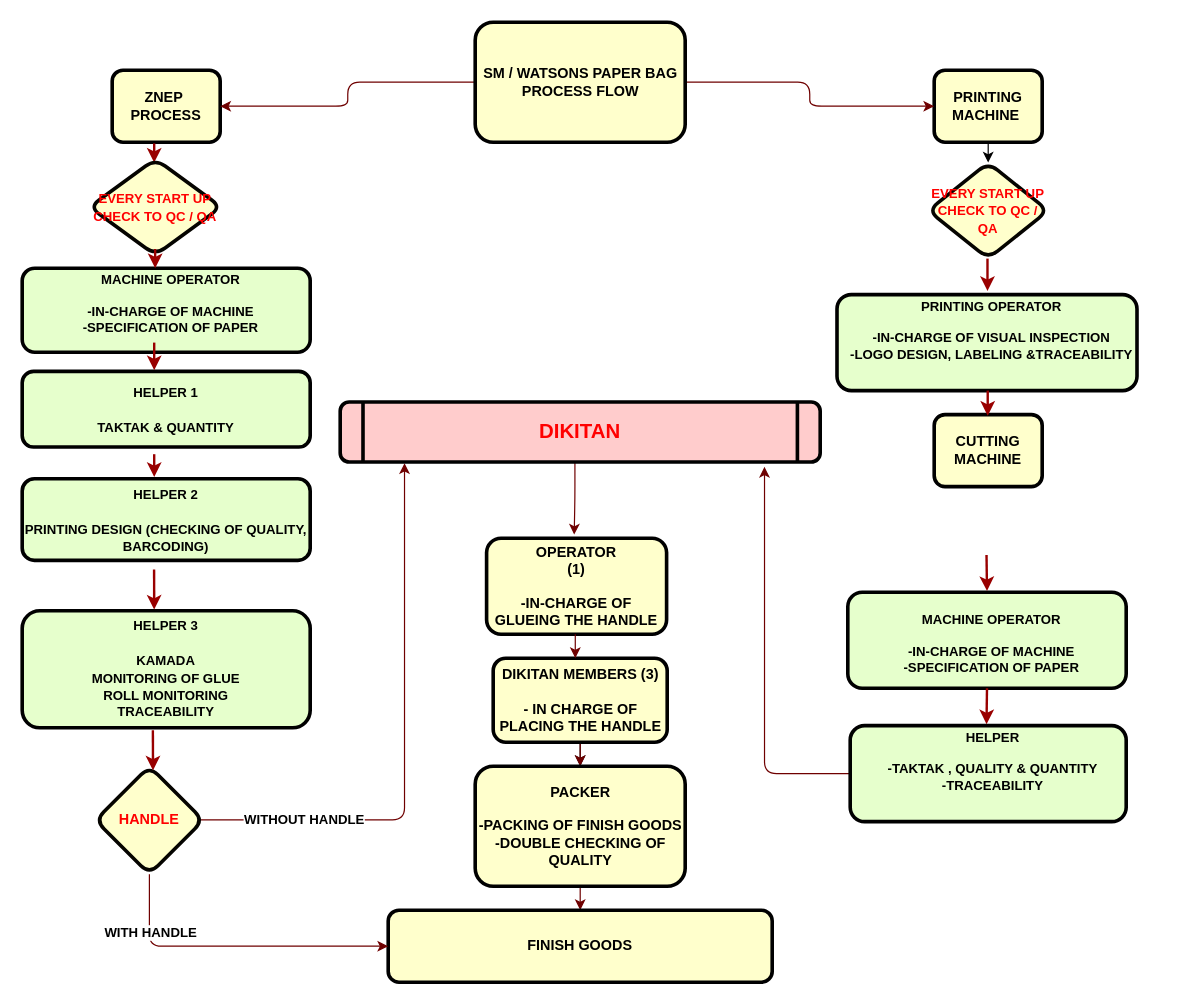
The draw.io diagram page "Page-1" (1 of 2) of flowchart dikitan.drawio in r-dapsycobbsylbnt-8700/goit-markup-hw-01, before the edit. Source tidied: cells renumbered, new cells numbered last; positions are measured from the earlier drawing's top-left corner, leaving out a move shared by most shapes. Both pictures are drawn from the tidied source at 120%, with x=0, y=0 at pixel (22, 22).
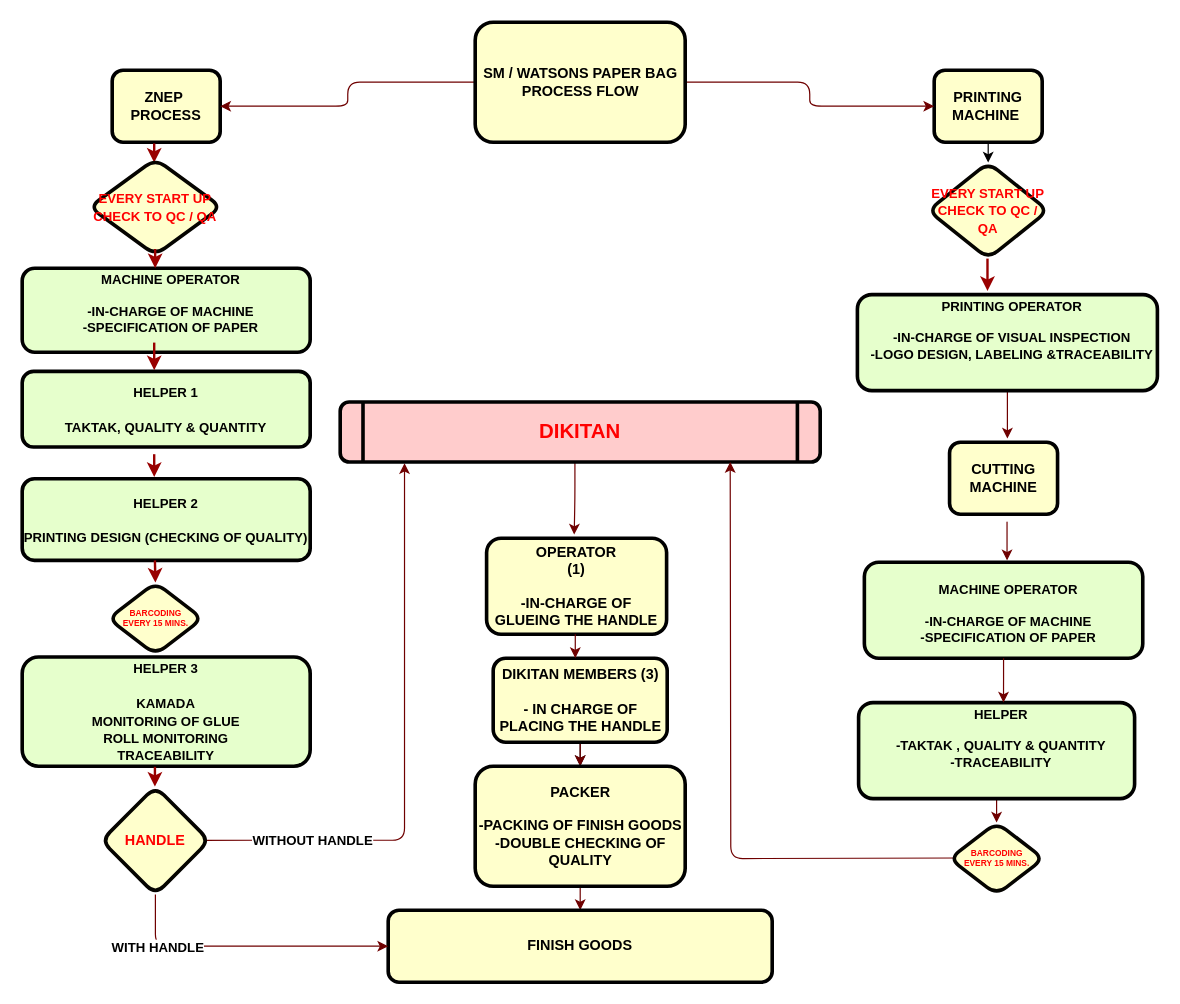
The same page after the edit.

The change refers to these unchanged cells:
```xml
<mxCell id="19" value="DIKITAN" style="shape=process;whiteSpace=wrap;align=center;verticalAlign=middle;size=0.0475;fontStyle=1;strokeWidth=3;fillColor=#FFCCCC;fontSize=17;rounded=1;fontColor=#FF0000;" parent="1" vertex="1">
  <mxGeometry x="265" y="316.5" width="400" height="50" as="geometry" />
</mxCell>
```

What changed in the source:
```diff
@@
     <mxCell id="4" value="CUTTING MACHINE" style="whiteSpace=wrap;align=center;verticalAlign=middle;fontStyle=1;strokeWidth=3;fillColor=#FFFFCC;rounded=1;" parent="1" vertex="1">
-      <mxGeometry x="760" y="327" width="90" height="60" as="geometry" />
+      <mxGeometry x="772.8" y="350" width="90" height="60" as="geometry" />
     </mxCell>
@@
-    <mxCell id="7" value="&lt;font style=&quot;font-size: 11px;&quot;&gt;HELPER 1&lt;br&gt;&lt;br&gt;TAKTAK &amp;amp; QUANTITY&lt;/font&gt;" style="whiteSpace=wrap;html=1;fillColor=#E6FFCC;rounded=1;fontStyle=1;strokeWidth=3;" parent="1" vertex="1">
+    <mxCell id="7" value="&lt;font style=&quot;font-size: 11px;&quot;&gt;HELPER 1&lt;br&gt;&lt;br&gt;TAKTAK, QUALITY &amp;amp; QUANTITY&lt;/font&gt;" style="whiteSpace=wrap;html=1;fillColor=#E6FFCC;rounded=1;fontStyle=1;strokeWidth=3;" parent="1" vertex="1">
       <mxGeometry y="291" width="240" height="63" as="geometry" />
     </mxCell>
-    <mxCell id="8" value="&lt;font style=&quot;font-size: 11px;&quot;&gt;HELPER 2&lt;br&gt;&lt;br&gt;PRINTING DESIGN (CHECKING OF QUALITY, BARCODING)&lt;/font&gt;" style="whiteSpace=wrap;html=1;fillColor=#E6FFCC;rounded=1;fontStyle=1;strokeWidth=3;" parent="1" vertex="1">
+    <mxCell id="8" value="&lt;font style=&quot;font-size: 11px;&quot;&gt;HELPER 2&lt;br&gt;&lt;br&gt;PRINTING DESIGN (CHECKING OF QUALITY)&lt;/font&gt;" style="whiteSpace=wrap;html=1;fillColor=#E6FFCC;rounded=1;fontStyle=1;strokeWidth=3;" parent="1" vertex="1">
       <mxGeometry y="380.5" width="240" height="68" as="geometry" />
     </mxCell>
@@
     <mxCell id="11" value="&lt;font style=&quot;font-size: 11px;&quot;&gt;HELPER 3&lt;br&gt;&lt;br&gt;KAMADA&lt;br&gt;MONITORING OF GLUE&lt;br&gt;ROLL MONITORING&lt;br&gt;TRACEABILITY&lt;br&gt;&lt;/font&gt;" style="whiteSpace=wrap;html=1;fillColor=#E6FFCC;rounded=1;fontStyle=1;strokeWidth=3;" parent="1" vertex="1">
-      <mxGeometry y="490.5" width="240" height="97.5" as="geometry" />
+      <mxGeometry y="529" width="240" height="91" as="geometry" />
     </mxCell>
@@
+    <mxCell id="45" style="edgeStyle=orthogonalEdgeStyle;rounded=1;jettySize=auto;html=1;fillColor=#a20025;strokeColor=#6F0000;" parent="1" edge="1" source="13">
+      <mxGeometry relative="1" as="geometry">
+        <mxPoint x="821" y="347" as="targetPoint" />
+      </mxGeometry>
+    </mxCell>
     <mxCell id="13" value="&lt;p style=&quot;margin: 0px; margin-top: 4px; text-align: center; text-decoration: underline;&quot;&gt;&lt;/p&gt;&lt;p style=&quot;margin: 0px 0px 0px 8px; font-size: 11px;&quot;&gt;&lt;span style=&quot;background-color: initial;&quot;&gt;PRINTING OPERATOR&lt;/span&gt;&lt;br&gt;&lt;/p&gt;&lt;p style=&quot;margin: 0px 0px 0px 8px; font-size: 11px;&quot;&gt;&lt;font style=&quot;font-size: 11px;&quot;&gt;&lt;br&gt;&lt;/font&gt;&lt;/p&gt;&lt;p style=&quot;margin: 0px 0px 0px 8px; font-size: 11px;&quot;&gt;&lt;font style=&quot;font-size: 11px;&quot;&gt;-IN-CHARGE OF VISUAL INSPECTION&lt;/font&gt;&lt;/p&gt;&lt;p style=&quot;margin: 0px 0px 0px 8px; font-size: 11px;&quot;&gt;&lt;font style=&quot;font-size: 11px;&quot;&gt;-LOGO DESIGN, LABELING &amp;amp;TRACEABILITY&lt;/font&gt;&lt;/p&gt;&lt;p style=&quot;margin: 0px 0px 0px 8px; font-size: 11px;&quot;&gt;&lt;font style=&quot;font-size: 11px;&quot;&gt;&lt;br&gt;&lt;/font&gt;&lt;/p&gt;" style="verticalAlign=middle;align=center;overflow=fill;fontSize=12;fontFamily=Helvetica;html=1;rounded=1;fontStyle=1;strokeWidth=3;fillColor=#E6FFCC;" parent="1" vertex="1">
-      <mxGeometry x="679" y="227" width="250" height="80" as="geometry" />
+      <mxGeometry x="696" y="227" width="250" height="80" as="geometry" />
     </mxCell>
     <mxCell id="14" value="&lt;p style=&quot;margin: 0px; margin-top: 4px; text-align: center; text-decoration: underline;&quot;&gt;&lt;/p&gt;&lt;p style=&quot;margin: 0px 0px 0px 8px; font-size: 11px;&quot;&gt;&lt;font style=&quot;font-size: 11px;&quot;&gt;&lt;br&gt;&lt;/font&gt;&lt;/p&gt;&lt;p style=&quot;margin: 0px 0px 0px 8px; font-size: 11px;&quot;&gt;&lt;font style=&quot;font-size: 11px;&quot;&gt;MACHINE OPERATOR&lt;/font&gt;&lt;/p&gt;&lt;p style=&quot;margin: 0px 0px 0px 8px; font-size: 11px;&quot;&gt;&lt;font style=&quot;font-size: 11px;&quot;&gt;&lt;br&gt;&lt;/font&gt;&lt;/p&gt;&lt;p style=&quot;margin: 0px 0px 0px 8px; font-size: 11px;&quot;&gt;&lt;font style=&quot;font-size: 11px;&quot;&gt;-IN-CHARGE OF MACHINE&lt;/font&gt;&lt;/p&gt;&lt;p style=&quot;margin: 0px 0px 0px 8px; font-size: 11px;&quot;&gt;&lt;font style=&quot;font-size: 11px;&quot;&gt;-SPECIFICATION OF PAPER&lt;/font&gt;&lt;/p&gt;&lt;p style=&quot;margin: 0px 0px 0px 8px; font-size: 11px;&quot;&gt;&lt;font style=&quot;font-size: 11px;&quot;&gt;&lt;br&gt;&lt;/font&gt;&lt;/p&gt;" style="verticalAlign=middle;align=center;overflow=fill;fontSize=12;fontFamily=Helvetica;html=1;rounded=1;fontStyle=1;strokeWidth=3;fillColor=#E6FFCC;" parent="1" vertex="1">
-      <mxGeometry x="688" y="475" width="232" height="80" as="geometry" />
+      <mxGeometry x="701.8" y="450" width="232" height="80" as="geometry" />
     </mxCell>
-    <mxCell id="15" style="edgeStyle=none;noEdgeStyle=1;strokeColor=#990000;strokeWidth=2;rounded=1;" parent="1" edge="1">
-      <mxGeometry relative="1" as="geometry">
-        <mxPoint x="803.6" y="444" as="sourcePoint" />
-        <mxPoint x="804" y="474" as="targetPoint" />
-      </mxGeometry>
-    </mxCell>
-    <mxCell id="16" style="edgeStyle=orthogonalEdgeStyle;rounded=1;jettySize=auto;html=1;fillColor=#a20025;strokeColor=#6F0000;exitX=0;exitY=0.5;exitDx=0;exitDy=0;entryX=0.884;entryY=1.08;entryDx=0;entryDy=0;entryPerimeter=0;" parent="1" edge="1" source="17" target="19">
-      <mxGeometry relative="1" as="geometry" />
-    </mxCell>
+    <mxCell id="46" style="edgeStyle=orthogonalEdgeStyle;rounded=1;jettySize=auto;html=1;fillColor=#a20025;strokeColor=#6F0000;" parent="1" edge="1" source="17">
+      <mxGeometry relative="1" as="geometry">
+        <mxPoint x="812" y="667" as="targetPoint" />
+      </mxGeometry>
+    </mxCell>
     <mxCell id="17" value="&lt;p style=&quot;margin: 0px; margin-top: 4px; text-align: center; text-decoration: underline;&quot;&gt;&lt;/p&gt;&lt;p style=&quot;margin: 0px 0px 0px 8px; font-size: 11px;&quot;&gt;HELPER&lt;/p&gt;&lt;p style=&quot;margin: 0px 0px 0px 8px; font-size: 11px;&quot;&gt;&lt;font style=&quot;font-size: 11px;&quot;&gt;&lt;br&gt;&lt;/font&gt;&lt;/p&gt;&lt;p style=&quot;margin: 0px 0px 0px 8px; font-size: 11px;&quot;&gt;-TAKTAK , QUALITY &amp;amp; QUANTITY&lt;/p&gt;&lt;p style=&quot;margin: 0px 0px 0px 8px; font-size: 11px;&quot;&gt;-TRACEABILITY&lt;/p&gt;" style="verticalAlign=middle;align=center;overflow=fill;fontSize=12;fontFamily=Helvetica;html=1;rounded=1;fontStyle=1;strokeWidth=3;fillColor=#E6FFCC;" parent="1" vertex="1">
-      <mxGeometry x="690" y="586.2" width="230" height="80" as="geometry" />
+      <mxGeometry x="697" y="567" width="230" height="80" as="geometry" />
     </mxCell>
@@
-    <mxCell id="20" style="edgeStyle=none;noEdgeStyle=1;strokeColor=#990000;strokeWidth=2;rounded=1;" parent="1" edge="1">
-      <mxGeometry relative="1" as="geometry">
-        <mxPoint x="804" y="555" as="sourcePoint" />
-        <mxPoint x="803.6" y="585" as="targetPoint" />
-      </mxGeometry>
-    </mxCell>
@@
     <mxCell id="24" style="edgeStyle=none;noEdgeStyle=1;strokeColor=#990000;strokeWidth=2;exitX=0.458;exitY=1.029;exitDx=0;exitDy=0;exitPerimeter=0;rounded=1;" parent="1" edge="1">
       <mxGeometry relative="1" as="geometry">
-        <mxPoint x="109.9" y="456" as="sourcePoint" />
-        <mxPoint x="110" y="489.5" as="targetPoint" />
+        <mxPoint x="110.6" y="448.5" as="sourcePoint" />
+        <mxPoint x="111" y="467" as="targetPoint" />
       </mxGeometry>
     </mxCell>
-    <mxCell id="25" style="edgeStyle=none;noEdgeStyle=1;strokeColor=#990000;strokeWidth=2;rounded=1;" parent="1" edge="1">
-      <mxGeometry relative="1" as="geometry">
-        <mxPoint x="804.6" y="307" as="sourcePoint" />
-        <mxPoint x="804.6" y="328" as="targetPoint" />
-      </mxGeometry>
-    </mxCell>
@@
     <mxCell id="38" value="&lt;font color=&quot;#ff0000&quot;&gt;HANDLE&lt;br&gt;&lt;/font&gt;" style="rhombus;whiteSpace=wrap;html=1;rounded=1;fillColor=#FFFFCC;fontColor=#000000;strokeColor=#050400;strokeWidth=3;fontStyle=1;" parent="1" vertex="1">
-      <mxGeometry x="61" y="620" width="90" height="90" as="geometry" />
+      <mxGeometry x="66" y="637" width="90" height="90" as="geometry" />
     </mxCell>
-    <mxCell id="39" style="edgeStyle=none;noEdgeStyle=1;strokeColor=#990000;strokeWidth=2;exitX=0.458;exitY=1.029;exitDx=0;exitDy=0;exitPerimeter=0;rounded=1;" parent="1" edge="1">
+    <mxCell id="39" style="edgeStyle=none;noEdgeStyle=1;strokeColor=#990000;strokeWidth=2;rounded=1;" parent="1" edge="1">
       <mxGeometry relative="1" as="geometry">
-        <mxPoint x="108.9" y="590" as="sourcePoint" />
-        <mxPoint x="109" y="623.5" as="targetPoint" />
+        <mxPoint x="110.6" y="620.5" as="sourcePoint" />
+        <mxPoint x="110.6" y="637" as="targetPoint" />
       </mxGeometry>
     </mxCell>
@@
+    <mxCell id="47" value="&lt;font style=&quot;font-size: 7px;&quot; color=&quot;#ff0000&quot;&gt;BARCODING &lt;br style=&quot;font-size: 7px;&quot;&gt;EVERY 15 MINS.&lt;/font&gt;" style="rhombus;whiteSpace=wrap;html=1;rounded=1;fillColor=#FFFFCC;fontColor=#000000;strokeColor=#050400;strokeWidth=3;fontStyle=1;fontSize=7;" parent="1" vertex="1">
+      <mxGeometry x="71.8" y="467" width="78.5" height="60" as="geometry" />
+    </mxCell>
+    <mxCell id="48" style="edgeStyle=orthogonalEdgeStyle;rounded=1;orthogonalLoop=1;jettySize=auto;html=1;fillColor=#a20025;strokeColor=#6F0000;" parent="1" edge="1">
+      <mxGeometry relative="1" as="geometry">
+        <mxPoint x="782.8" y="696.5" as="sourcePoint" />
+        <mxPoint x="590" y="366.5" as="targetPoint" />
+      </mxGeometry>
+    </mxCell>
+    <mxCell id="49" value="&lt;font style=&quot;font-size: 7px;&quot; color=&quot;#ff0000&quot;&gt;BARCODING &lt;br style=&quot;font-size: 7px;&quot;&gt;EVERY 15 MINS.&lt;/font&gt;" style="rhombus;whiteSpace=wrap;html=1;rounded=1;fillColor=#FFFFCC;fontColor=#000000;strokeColor=#050400;strokeWidth=3;fontStyle=1;fontSize=7;" parent="1" vertex="1">
+      <mxGeometry x="772.8" y="667" width="78.5" height="60" as="geometry" />
+    </mxCell>
+    <mxCell id="50" style="edgeStyle=orthogonalEdgeStyle;rounded=1;orthogonalLoop=1;jettySize=auto;html=1;fillColor=#a20025;strokeColor=#6F0000;" parent="1" edge="1">
+      <mxGeometry relative="1" as="geometry">
+        <mxPoint x="820.7" y="431.5" as="sourcePoint" />
+        <mxPoint x="820.7" y="448.5" as="targetPoint" />
+        <Array as="points">
+          <mxPoint x="820.7" y="411.5" />
+          <mxPoint x="820.7" y="411.5" />
+        </Array>
+      </mxGeometry>
+    </mxCell>
+    <mxCell id="51" style="edgeStyle=orthogonalEdgeStyle;rounded=1;jettySize=auto;html=1;entryX=0.525;entryY=0;entryDx=0;entryDy=0;entryPerimeter=0;fillColor=#a20025;strokeColor=#6F0000;" parent="1" edge="1" source="14" target="17">
+      <mxGeometry relative="1" as="geometry" />
+    </mxCell>
```
